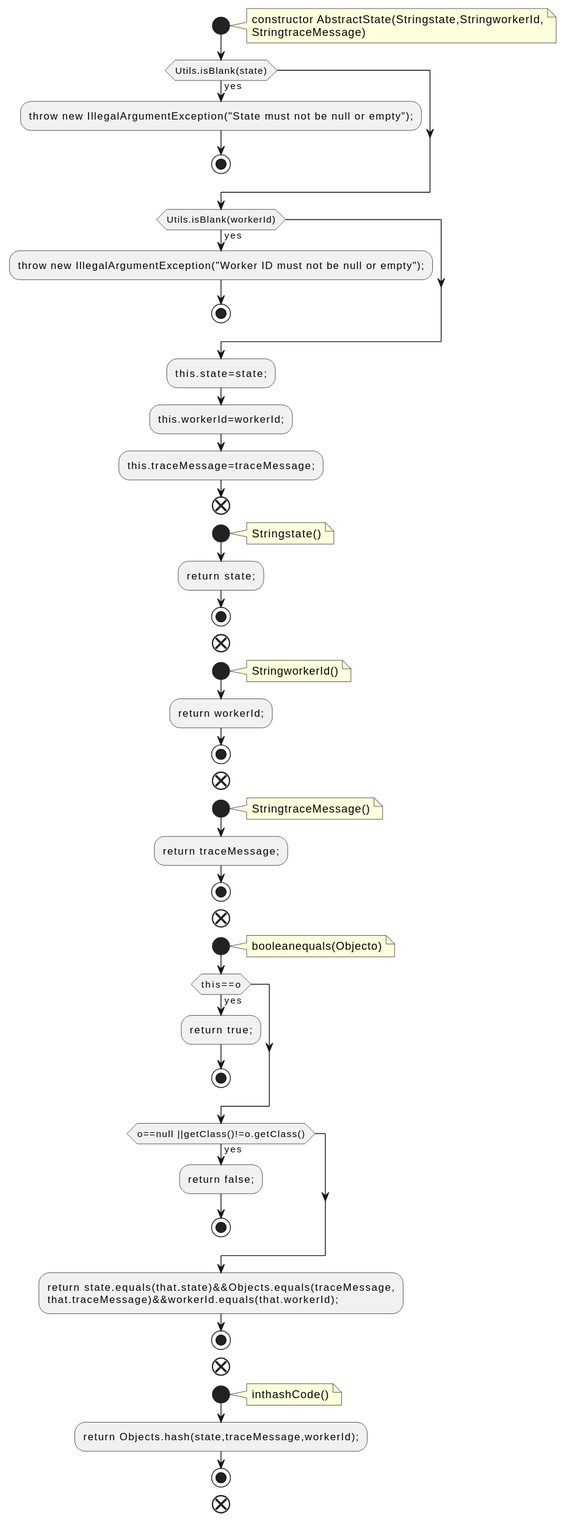
The PlantUML diagram docs/qc/connect/api/src/main/java/org/apache/kafka/connect/health/AbstractState.java.fct.svg in qualitesys/kafka, before a commit.
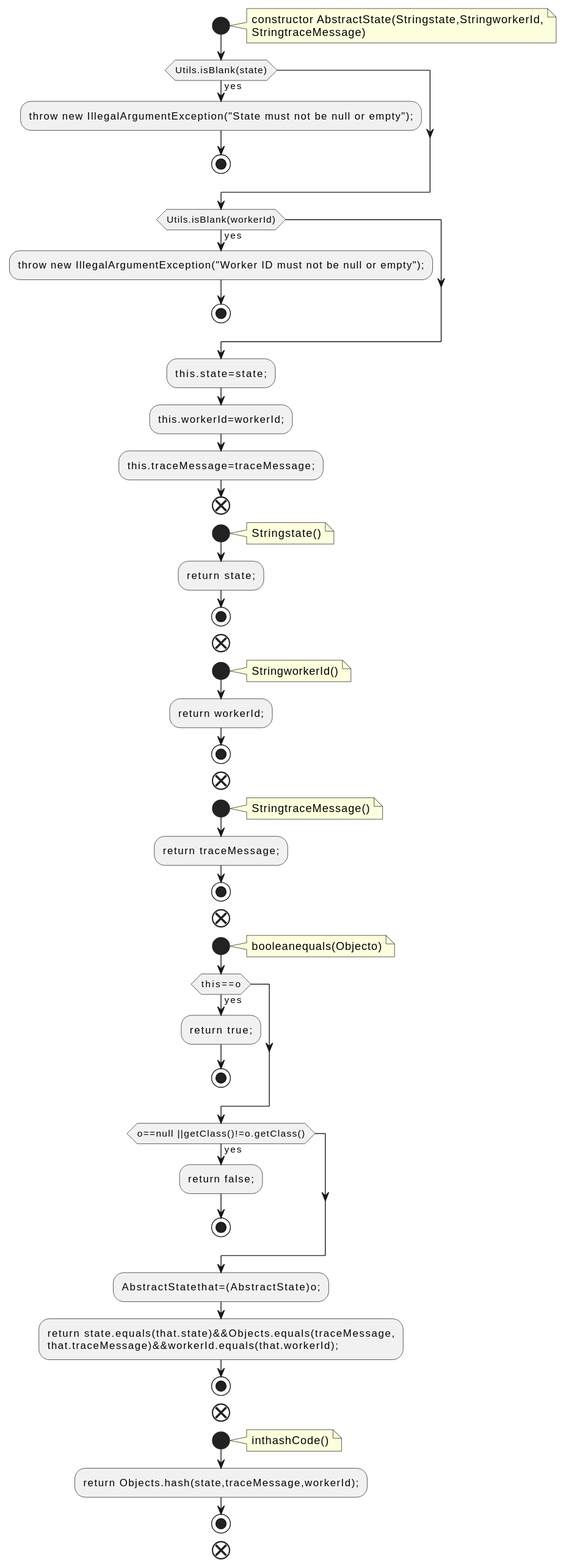
The same diagram one commit later.

Change to the diagram source:
```diff
@@ -50,6 +50,7 @@
 :return false;;
 stop
 endif
+:AbstractStatethat=(AbstractState)o;;
 :return state.equals(that.state)&&Objects.equals(traceMessage,
 that.traceMessage)&&workerId.equals(that.workerId);;
 stop
```
